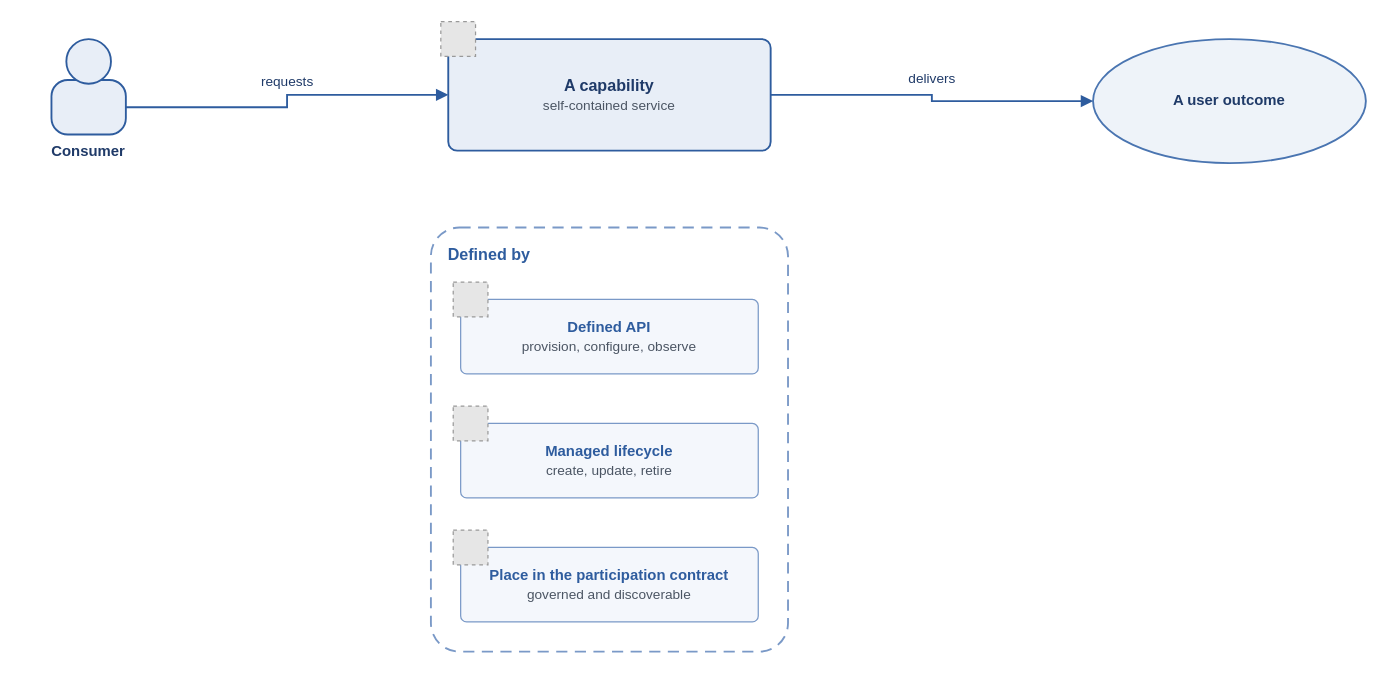
Earlier version of the draw.io diagram page "What is a capability?" (3 of 11) of diagrams/pcf-community-draft.drawio (missBerg/platform-capabilities). Source tidied: cells renumbered, new cells numbered last; positions are measured from the earlier drawing's top-left corner, leaving out a move shared by most shapes. Both pictures are drawn from the tidied source at 124%, with x=0, y=0 at pixel (51, 21). Pictures stored in the file or linked from it are replaced by grey dashed boxes.
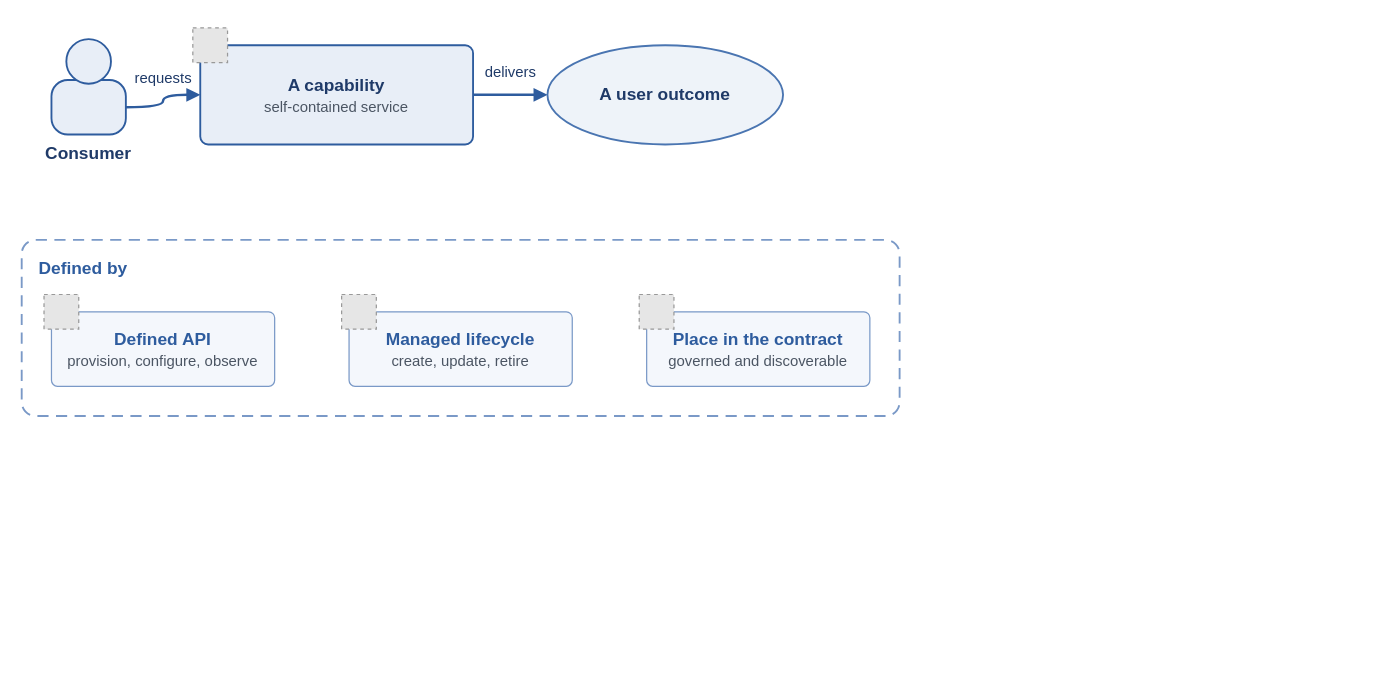
After the change.

The edit, as a diff of the source:
```diff
@@
 <mxGraphModel>
   <root>
     <mxCell id="0" />
     <mxCell id="1" parent="0" />
-    <mxCell id="2" value="&lt;b&gt;Defined by&lt;/b&gt;" style="rounded=1;whiteSpace=wrap;html=1;arcSize=8;fillColor=none;strokeColor=#7A99C7;strokeWidth=1.5;fontColor=#2E5C9E;fontFamily=Helvetica;fontSize=13;align=left;verticalAlign=top;dashed=1;dashPattern=6 4;spacingLeft=12;spacingTop=8;shadow=0;" parent="1" vertex="1">
-      <mxGeometry x="306" y="166" width="288" height="342" as="geometry" />
+    <mxCell id="2" value="&lt;b&gt;Defined by&lt;/b&gt;" style="rounded=1;whiteSpace=wrap;html=1;arcSize=8;fillColor=none;strokeColor=#7A99C7;strokeWidth=1.5;fontColor=#2E5C9E;fontFamily=Helvetica;fontSize=14;align=left;verticalAlign=top;dashed=1;dashPattern=6 4;spacingLeft=12;spacingTop=8;shadow=0;" parent="1" vertex="1">
+      <mxGeometry x="-24" y="176" width="708" height="142" as="geometry" />
     </mxCell>
-    <mxCell id="3" value="&lt;b&gt;Consumer&lt;/b&gt;" style="rounded=1;whiteSpace=wrap;html=1;arcSize=30;fillColor=#E8EEF7;strokeColor=#2E5C9E;strokeWidth=1.5;fontColor=#1F3A68;fontFamily=Helvetica;fontSize=12;verticalLabelPosition=bottom;verticalAlign=top;labelPosition=center;align=center;shadow=0;" parent="1" vertex="1">
+    <mxCell id="3" value="&lt;b&gt;Consumer&lt;/b&gt;" style="rounded=1;whiteSpace=wrap;html=1;arcSize=30;fillColor=#E8EEF7;strokeColor=#2E5C9E;strokeWidth=1.5;fontColor=#1F3A68;fontFamily=Helvetica;fontSize=14;verticalLabelPosition=bottom;verticalAlign=top;labelPosition=center;align=center;shadow=0;" parent="1" vertex="1">
       <mxGeometry y="47" width="60" height="44" as="geometry" />
     </mxCell>
     <mxCell id="4" style="ellipse;whiteSpace=wrap;html=1;fillColor=#E8EEF7;strokeColor=#2E5C9E;strokeWidth=1.5;shadow=0;" parent="1" vertex="1">
       <mxGeometry x="12" y="14" width="36" height="36" as="geometry" />
     </mxCell>
-    <mxCell id="5" value="&lt;b&gt;A capability&lt;/b&gt;&lt;br&gt;&lt;font style=&quot;font-size: 11px&quot; color=&quot;#4B5563&quot;&gt;self-contained service&lt;/font&gt;" style="rounded=1;whiteSpace=wrap;html=1;arcSize=8;fillColor=#E8EEF7;strokeColor=#2E5C9E;strokeWidth=1.5;fontColor=#1F3A68;fontFamily=Helvetica;fontSize=13;align=center;verticalAlign=middle;shadow=0;" parent="1" vertex="1">
-      <mxGeometry x="320" y="14" width="260" height="90" as="geometry" />
+    <mxCell id="5" value="&lt;b&gt;A capability&lt;/b&gt;&lt;br&gt;&lt;font style=&quot;font-size: 12px&quot; color=&quot;#4B5563&quot;&gt;self-contained service&lt;/font&gt;" style="rounded=1;whiteSpace=wrap;html=1;arcSize=8;fillColor=#E8EEF7;strokeColor=#2E5C9E;strokeWidth=1.5;fontColor=#1F3A68;fontFamily=Helvetica;fontSize=14;align=center;verticalAlign=middle;shadow=0;" parent="1" vertex="1">
+      <mxGeometry x="120" y="19" width="220" height="80" as="geometry" />
     </mxCell>
-    <mxCell id="6" style="fillColor=#E6E6E6;strokeColor=#999999;dashed=1;verticalLabelPosition=bottom;verticalAlign=top;align=center;fontFamily=Helvetica;fontSize=12;fontColor=#1F3A68;" parent="1" vertex="1">
-      <mxGeometry x="314" width="28" height="28" as="geometry" />
+    <mxCell id="6" style="fillColor=#E6E6E6;strokeColor=#999999;dashed=1;verticalLabelPosition=bottom;verticalAlign=top;align=center;fontFamily=Helvetica;fontSize=14;fontColor=#1F3A68;" parent="1" vertex="1">
+      <mxGeometry x="114" y="5" width="28" height="28" as="geometry" />
     </mxCell>
+    <mxCell id="13" value="&lt;b&gt;A user outcome&lt;/b&gt;" style="ellipse;whiteSpace=wrap;html=1;fillColor=#EEF3F9;strokeColor=#4A75B1;strokeWidth=1.5;fontColor=#1F3A68;fontFamily=Helvetica;fontSize=14;align=center;verticalAlign=middle;shadow=0;" parent="1" vertex="1">
+      <mxGeometry x="400" y="19" width="190" height="80" as="geometry" />
+    </mxCell>
-    <mxCell id="7" value="&lt;b&gt;Defined API&lt;/b&gt;&lt;br&gt;&lt;font style=&quot;font-size: 11px&quot; color=&quot;#4B5563&quot;&gt;provision, configure, observe&lt;/font&gt;" style="rounded=1;whiteSpace=wrap;html=1;arcSize=8;fillColor=#F4F7FC;strokeColor=#7A99C7;strokeWidth=1;fontColor=#2E5C9E;fontFamily=Helvetica;fontSize=12;align=center;verticalAlign=middle;shadow=0;" parent="1" vertex="1">
-      <mxGeometry x="330" y="224" width="240" height="60" as="geometry" />
+    <mxCell id="7" value="&lt;b&gt;Defined API&lt;/b&gt;&lt;br&gt;&lt;font style=&quot;font-size: 12px&quot; color=&quot;#4B5563&quot;&gt;provision, configure, observe&lt;/font&gt;" style="rounded=1;whiteSpace=wrap;html=1;arcSize=8;fillColor=#F4F7FC;strokeColor=#7A99C7;strokeWidth=1;fontColor=#2E5C9E;fontFamily=Helvetica;fontSize=14;align=center;verticalAlign=middle;shadow=0;" parent="1" vertex="1">
+      <mxGeometry y="234" width="180" height="60" as="geometry" />
     </mxCell>
-    <mxCell id="8" style="fillColor=#E6E6E6;strokeColor=#999999;dashed=1;verticalLabelPosition=bottom;verticalAlign=top;align=center;fontFamily=Helvetica;fontSize=12;fontColor=#1F3A68;" parent="1" vertex="1">
-      <mxGeometry x="324" y="210" width="28" height="28" as="geometry" />
+    <mxCell id="8" style="fillColor=#E6E6E6;strokeColor=#999999;dashed=1;verticalLabelPosition=bottom;verticalAlign=top;align=center;fontFamily=Helvetica;fontSize=14;fontColor=#1F3A68;" parent="1" vertex="1">
+      <mxGeometry x="-6" y="220" width="28" height="28" as="geometry" />
     </mxCell>
-    <mxCell id="9" value="&lt;b&gt;Managed lifecycle&lt;/b&gt;&lt;br&gt;&lt;font style=&quot;font-size: 11px&quot; color=&quot;#4B5563&quot;&gt;create, update, retire&lt;/font&gt;" style="rounded=1;whiteSpace=wrap;html=1;arcSize=8;fillColor=#F4F7FC;strokeColor=#7A99C7;strokeWidth=1;fontColor=#2E5C9E;fontFamily=Helvetica;fontSize=12;align=center;verticalAlign=middle;shadow=0;" parent="1" vertex="1">
-      <mxGeometry x="330" y="324" width="240" height="60" as="geometry" />
+    <mxCell id="9" value="&lt;b&gt;Managed lifecycle&lt;/b&gt;&lt;br&gt;&lt;font style=&quot;font-size: 12px&quot; color=&quot;#4B5563&quot;&gt;create, update, retire&lt;/font&gt;" style="rounded=1;whiteSpace=wrap;html=1;arcSize=8;fillColor=#F4F7FC;strokeColor=#7A99C7;strokeWidth=1;fontColor=#2E5C9E;fontFamily=Helvetica;fontSize=14;align=center;verticalAlign=middle;shadow=0;" parent="1" vertex="1">
+      <mxGeometry x="240" y="234" width="180" height="60" as="geometry" />
     </mxCell>
-    <mxCell id="10" style="fillColor=#E6E6E6;strokeColor=#999999;dashed=1;verticalLabelPosition=bottom;verticalAlign=top;align=center;fontFamily=Helvetica;fontSize=12;fontColor=#1F3A68;" parent="1" vertex="1">
-      <mxGeometry x="324" y="310" width="28" height="28" as="geometry" />
+    <mxCell id="10" style="fillColor=#E6E6E6;strokeColor=#999999;dashed=1;verticalLabelPosition=bottom;verticalAlign=top;align=center;fontFamily=Helvetica;fontSize=14;fontColor=#1F3A68;" parent="1" vertex="1">
+      <mxGeometry x="234" y="220" width="28" height="28" as="geometry" />
     </mxCell>
-    <mxCell id="11" value="&lt;b&gt;Place in the participation contract&lt;/b&gt;&lt;br&gt;&lt;font style=&quot;font-size: 11px&quot; color=&quot;#4B5563&quot;&gt;governed and discoverable&lt;/font&gt;" style="rounded=1;whiteSpace=wrap;html=1;arcSize=8;fillColor=#F4F7FC;strokeColor=#7A99C7;strokeWidth=1;fontColor=#2E5C9E;fontFamily=Helvetica;fontSize=12;align=center;verticalAlign=middle;shadow=0;" parent="1" vertex="1">
-      <mxGeometry x="330" y="424" width="240" height="60" as="geometry" />
+    <mxCell id="11" value="&lt;b&gt;Place in the contract&lt;/b&gt;&lt;br&gt;&lt;font style=&quot;font-size: 12px&quot; color=&quot;#4B5563&quot;&gt;governed and discoverable&lt;/font&gt;" style="rounded=1;whiteSpace=wrap;html=1;arcSize=8;fillColor=#F4F7FC;strokeColor=#7A99C7;strokeWidth=1;fontColor=#2E5C9E;fontFamily=Helvetica;fontSize=14;align=center;verticalAlign=middle;shadow=0;" parent="1" vertex="1">
+      <mxGeometry x="480" y="234" width="180" height="60" as="geometry" />
     </mxCell>
-    <mxCell id="12" style="fillColor=#E6E6E6;strokeColor=#999999;dashed=1;verticalLabelPosition=bottom;verticalAlign=top;align=center;fontFamily=Helvetica;fontSize=12;fontColor=#1F3A68;" parent="1" vertex="1">
-      <mxGeometry x="324" y="410" width="28" height="28" as="geometry" />
+    <mxCell id="12" style="fillColor=#E6E6E6;strokeColor=#999999;dashed=1;verticalLabelPosition=bottom;verticalAlign=top;align=center;fontFamily=Helvetica;fontSize=14;fontColor=#1F3A68;" parent="1" vertex="1">
+      <mxGeometry x="474" y="220" width="28" height="28" as="geometry" />
     </mxCell>
-    <mxCell id="13" value="&lt;b&gt;A user outcome&lt;/b&gt;" style="ellipse;whiteSpace=wrap;html=1;fillColor=#EEF3F9;strokeColor=#4A75B1;strokeWidth=1.5;fontColor=#1F3A68;fontFamily=Helvetica;fontSize=12;align=center;verticalAlign=middle;shadow=0;" parent="1" vertex="1">
-      <mxGeometry x="840" y="14" width="220" height="100" as="geometry" />
-    </mxCell>
-    <mxCell id="14" value="requests" style="edgeStyle=orthogonalEdgeStyle;endArrow=block;html=1;rounded=0;strokeColor=#2E5C9E;strokeWidth=1.5;fontColor=#1F3A68;fontFamily=Helvetica;fontSize=11;endFill=1;" parent="1" edge="1" source="3" target="5">
+    <mxCell id="14" value="requests" style="edgeStyle=orthogonalEdgeStyle;endArrow=block;html=1;rounded=0;strokeColor=#2E5C9E;strokeWidth=2;fontColor=#1F3A68;fontFamily=Helvetica;fontSize=12;endFill=1;curved=1;exitX=1;exitY=0.5;exitDx=0;exitDy=0;entryX=0;entryY=0.5;entryDx=0;entryDy=0;" parent="1" edge="1" source="3" target="5">
       <mxGeometry relative="1" as="geometry">
-        <mxPoint y="-16" as="offset" />
+        <mxPoint y="-18" as="offset" />
       </mxGeometry>
     </mxCell>
-    <mxCell id="15" value="delivers" style="edgeStyle=orthogonalEdgeStyle;endArrow=block;html=1;rounded=0;strokeColor=#2E5C9E;strokeWidth=1.5;fontColor=#1F3A68;fontFamily=Helvetica;fontSize=11;endFill=1;" parent="1" edge="1" source="5" target="13">
+    <mxCell id="15" value="delivers" style="edgeStyle=orthogonalEdgeStyle;endArrow=block;html=1;rounded=0;strokeColor=#2E5C9E;strokeWidth=2;fontColor=#1F3A68;fontFamily=Helvetica;fontSize=12;endFill=1;curved=1;exitX=1;exitY=0.5;exitDx=0;exitDy=0;entryX=0;entryY=0.5;entryDx=0;entryDy=0;" parent="1" edge="1" source="5" target="13">
       <mxGeometry relative="1" as="geometry">
-        <mxPoint y="-16" as="offset" />
+        <mxPoint y="-18" as="offset" />
       </mxGeometry>
     </mxCell>
   </root>
 </mxGraphModel>
```
